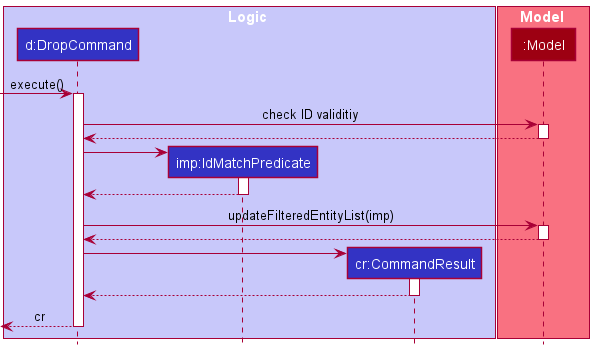
Before: docs/images/DropSequenceDiagramSpecific.png, a diagram exported from PlantUML (nus-cs2103-AY2021S2/tp).
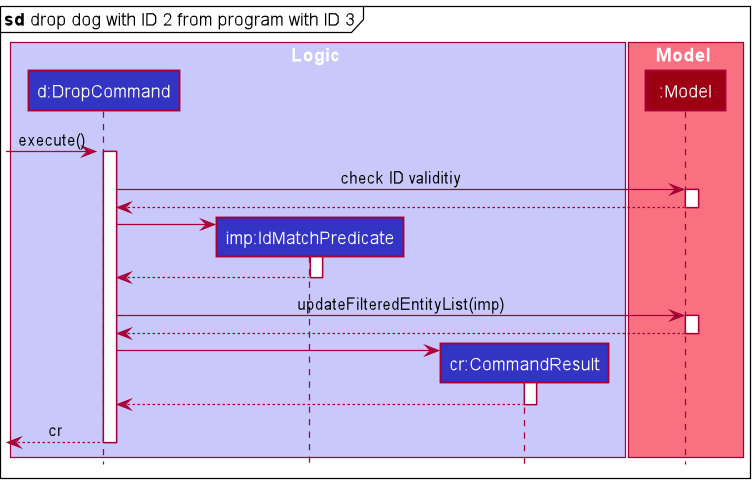
The same file after the commit.

Commit message:
Edit drop command seq diagram

What changed in the source:
```diff
@@ -1,5 +1,7 @@
 @startuml
 !include style.puml
+
+autoactivate on
 
 box Logic LOGIC_COLOR_T1
 
@@ -11,6 +13,8 @@
 box Model MODEL_COLOR_T1
 participant ":Model" as Model MODEL_COLOR
 end box
+
+mainframe **sd** drop dog with ID 2 from program with ID 3
 
 [-> DropCommand : execute()
 
```
